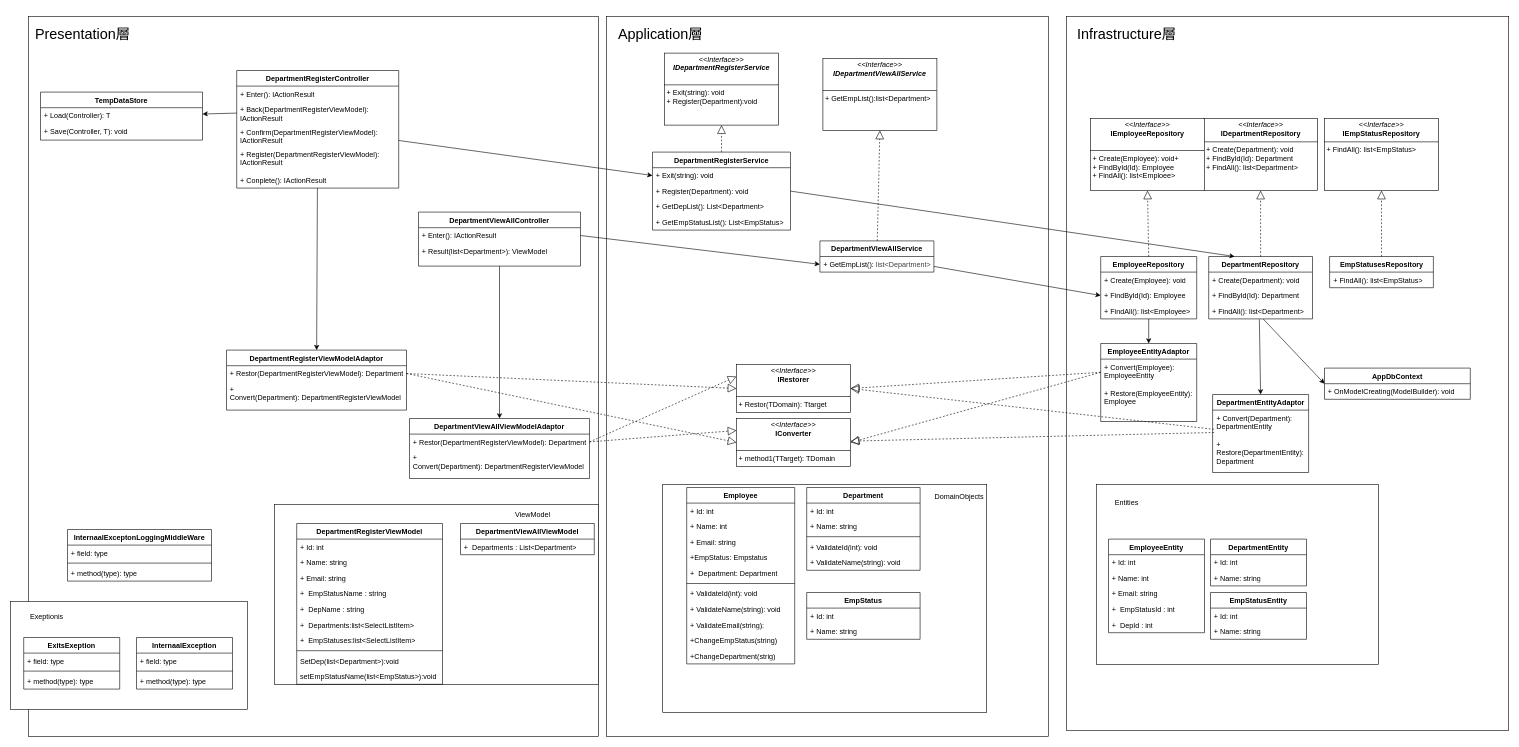
Before: page "Department" (2 of 2) of docs/02_design/Class_figure.dio in Keiichiro-Murayama/csharp_training_202605, a draw.io diagram. Source tidied: cells renumbered, new cells numbered last; positions are measured from the earlier drawing's top-left corner, leaving out a move shared by most shapes. Both pictures are drawn from the tidied source at 60%, with x=0, y=0 at pixel (10, 16).
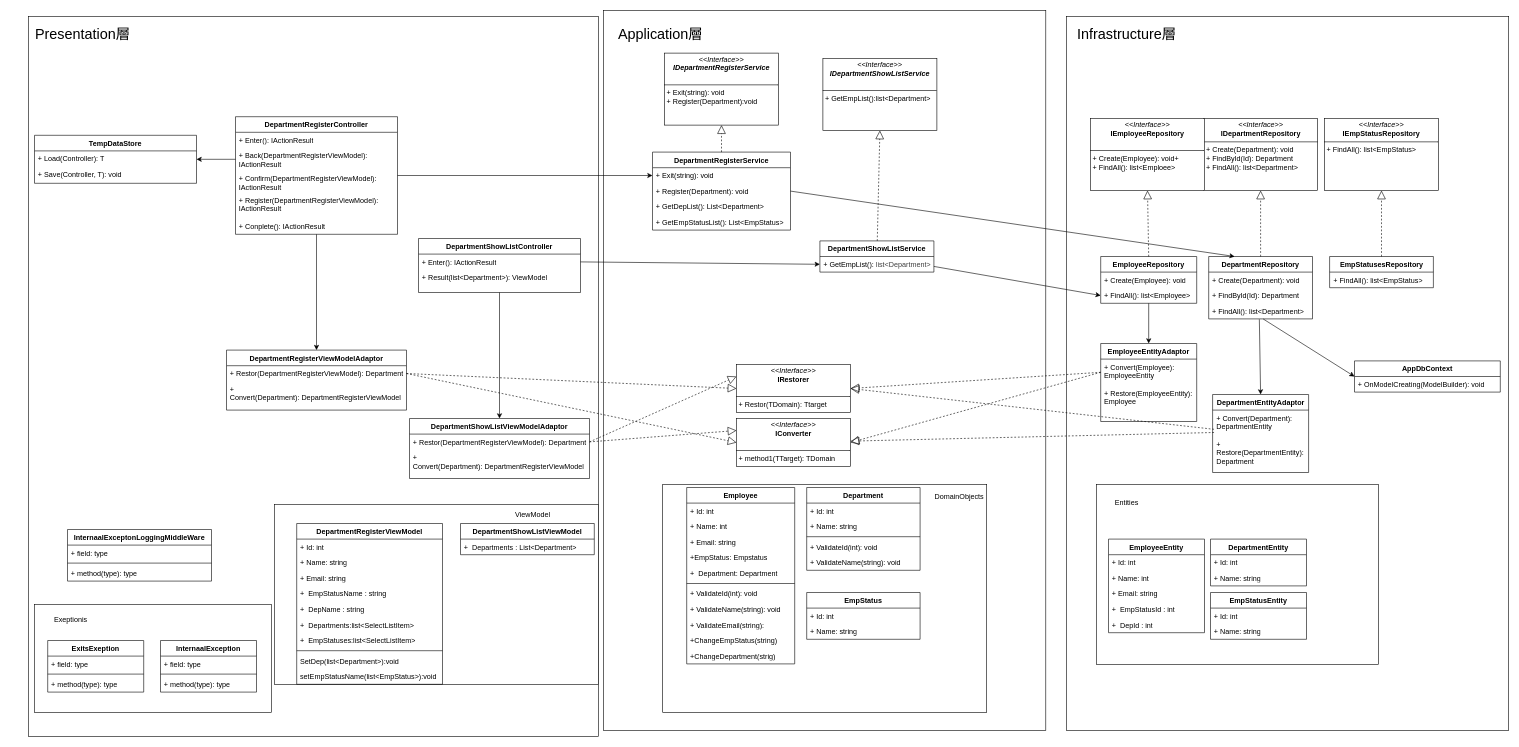
The same page after the edit.

The edit, as a diff of the source:
```diff
@@
     <mxCell id="3" style="whiteSpace=wrap;html=1;" parent="1" vertex="1">
-      <mxGeometry x="993" width="737" height="1200" as="geometry" />
+      <mxGeometry x="988.5" y="-10" width="737" height="1200" as="geometry" />
     </mxCell>
@@
     <mxCell id="10" style="whiteSpace=wrap;html=1;" parent="1" vertex="1">
-      <mxGeometry y="975" width="395" height="180" as="geometry" />
+      <mxGeometry x="40" y="980" width="395" height="180" as="geometry" />
     </mxCell>
     <mxCell id="11" value="Exeptionis" style="text;html=1;align=center;verticalAlign=middle;strokeColor=none;fillColor=none;" parent="1" vertex="1">
-      <mxGeometry x="20" y="985" width="80" height="30" as="geometry" />
+      <mxGeometry x="60" y="990" width="80" height="30" as="geometry" />
     </mxCell>
@@
     <mxCell id="51" value="EmployeeRepository" style="swimlane;fontStyle=1;align=center;verticalAlign=top;horizontal=1;startSize=26;whiteSpace=wrap;html=1;" parent="1" vertex="1">
-      <mxGeometry x="1817" y="400" width="160" height="104" as="geometry" />
+      <mxGeometry x="1817" y="400" width="160" height="78" as="geometry" />
     </mxCell>
@@
-    <mxCell id="53" value="+ FindById(Id): Employee" style="text;strokeColor=none;fillColor=none;align=left;verticalAlign=top;spacingLeft=4;spacingRight=4;overflow=hidden;points=[[0,0.5],[1,0.5]];portConstraint=eastwest;whiteSpace=wrap;html=1;" parent="51" vertex="1">
-      <mxGeometry y="52" width="160" height="26" as="geometry" />
-    </mxCell>
     <mxCell id="54" value="+ FindAll(): list&amp;lt;Employee&amp;gt;" style="text;strokeColor=none;fillColor=none;align=left;verticalAlign=top;spacingLeft=4;spacingRight=4;overflow=hidden;whiteSpace=wrap;html=1;" parent="51" vertex="1">
-      <mxGeometry y="78" width="160" height="26" as="geometry" />
+      <mxGeometry y="52" width="160" height="26" as="geometry" />
     </mxCell>
@@
     <mxCell id="59" value="AppDbContext" style="swimlane;fontStyle=1;align=center;verticalAlign=top;horizontal=1;startSize=26;whiteSpace=wrap;html=1;" parent="1" vertex="1">
-      <mxGeometry x="2190" y="586" width="243" height="52" as="geometry" />
+      <mxGeometry x="2240" y="574" width="243" height="52" as="geometry" />
     </mxCell>
@@
     <mxCell id="65" value="DepartmentRegisterController" style="swimlane;fontStyle=1;align=center;verticalAlign=top;horizontal=1;startSize=26;whiteSpace=wrap;html=1;" parent="1" vertex="1">
-      <mxGeometry x="377" y="90" width="270" height="196" as="geometry" />
+      <mxGeometry x="375" y="167" width="270" height="196" as="geometry" />
     </mxCell>
@@
-    <mxCell id="76" value="&lt;p style=&quot;margin:0px;margin-top:4px;text-align:center;&quot;&gt;&lt;i&gt;&amp;lt;&amp;lt;Interface&amp;gt;&amp;gt;&lt;/i&gt;&lt;br&gt;&lt;b&gt;IEmployeeRepository&lt;/b&gt;&lt;/p&gt;&lt;p style=&quot;margin:0px;margin-left:4px;&quot;&gt;&lt;br&gt;&lt;/p&gt;&lt;hr size=&quot;1&quot; style=&quot;border-style:solid;&quot;&gt;&lt;p style=&quot;margin:0px;margin-left:4px;&quot;&gt;&lt;span style=&quot;color: rgb(0, 0, 0); background-color: transparent;&quot;&gt;+ Create(Employee): void&lt;/span&gt;+&amp;nbsp;&lt;/p&gt;&lt;p style=&quot;margin:0px;margin-left:4px;&quot;&gt;&lt;span style=&quot;color: rgb(0, 0, 0);&quot;&gt;+ FindById(Id):&amp;nbsp;&lt;/span&gt;&lt;span style=&quot;color: rgb(0, 0, 0); background-color: transparent;&quot;&gt;Employee&lt;/span&gt;&lt;/p&gt;&lt;p style=&quot;margin:0px;margin-left:4px;&quot;&gt;&lt;span style=&quot;color: rgb(0, 0, 0);&quot;&gt;&lt;span style=&quot;color: rgb(0, 0, 0);&quot;&gt;+ FindAll(): list&amp;lt;Emploee&amp;gt;&lt;/span&gt;&lt;/span&gt;&lt;/p&gt;" style="verticalAlign=top;align=left;overflow=fill;html=1;whiteSpace=wrap;" parent="1" vertex="1">
+    <mxCell id="76" value="&lt;p style=&quot;margin:0px;margin-top:4px;text-align:center;&quot;&gt;&lt;i&gt;&amp;lt;&amp;lt;Interface&amp;gt;&amp;gt;&lt;/i&gt;&lt;br&gt;&lt;b&gt;IEmployeeRepository&lt;/b&gt;&lt;/p&gt;&lt;p style=&quot;margin:0px;margin-left:4px;&quot;&gt;&lt;br&gt;&lt;/p&gt;&lt;hr size=&quot;1&quot; style=&quot;border-style:solid;&quot;&gt;&lt;p style=&quot;margin:0px;margin-left:4px;&quot;&gt;&lt;span style=&quot;color: rgb(0, 0, 0); background-color: transparent;&quot;&gt;+ Create(Employee): void&lt;/span&gt;+&amp;nbsp;&lt;/p&gt;&lt;p style=&quot;margin:0px;margin-left:4px;&quot;&gt;&lt;span style=&quot;background-color: transparent;&quot;&gt;+ FindAll(): list&amp;lt;Emploee&amp;gt;&lt;/span&gt;&lt;/p&gt;" style="verticalAlign=top;align=left;overflow=fill;html=1;whiteSpace=wrap;" parent="1" vertex="1">
       <mxGeometry x="1800" y="170" width="190" height="120" as="geometry" />
     </mxCell>
     <mxCell id="77" value="ExitsExeption" style="swimlane;fontStyle=1;align=center;verticalAlign=top;horizontal=1;startSize=26;whiteSpace=wrap;html=1;" parent="1" vertex="1">
-      <mxGeometry x="22" y="1035" width="160" height="86" as="geometry" />
+      <mxGeometry x="62" y="1040" width="160" height="86" as="geometry" />
     </mxCell>
@@
     <mxCell id="81" value="InternaalException" style="swimlane;fontStyle=1;align=center;verticalAlign=top;horizontal=1;startSize=26;whiteSpace=wrap;html=1;" parent="1" vertex="1">
-      <mxGeometry x="210" y="1035" width="160" height="86" as="geometry" />
+      <mxGeometry x="250" y="1040" width="160" height="86" as="geometry" />
     </mxCell>
@@
-    <mxCell id="97" value="DepartmentViewAllController" style="swimlane;fontStyle=1;align=center;verticalAlign=top;horizontal=1;startSize=26;whiteSpace=wrap;html=1;" parent="1" vertex="1">
-      <mxGeometry x="680" y="326" width="270" height="90" as="geometry" />
+    <mxCell id="97" value="DepartmentShowListController" style="swimlane;fontStyle=1;align=center;verticalAlign=top;horizontal=1;startSize=26;whiteSpace=wrap;html=1;" parent="1" vertex="1">
+      <mxGeometry x="680" y="370" width="270" height="90" as="geometry" />
     </mxCell>
@@
-    <mxCell id="100" style="edgeStyle=none;html=1;entryX=0;entryY=0.5;entryDx=0;entryDy=0;" parent="1" edge="1" source="101" target="53">
-      <mxGeometry relative="1" as="geometry" />
+    <mxCell id="100" style="edgeStyle=none;html=1;entryX=0;entryY=0.5;entryDx=0;entryDy=0;" parent="1" edge="1" source="101">
+      <mxGeometry relative="1" as="geometry">
+        <mxPoint x="1817" y="465" as="targetPoint" />
+      </mxGeometry>
     </mxCell>
-    <mxCell id="101" value="DepartmentViewAllService" style="swimlane;fontStyle=1;align=center;verticalAlign=top;horizontal=1;startSize=26;whiteSpace=wrap;html=1;" parent="1" vertex="1">
+    <mxCell id="101" value="DepartmentShowListService" style="swimlane;fontStyle=1;align=center;verticalAlign=top;horizontal=1;startSize=26;whiteSpace=wrap;html=1;" parent="1" vertex="1">
       <mxGeometry x="1349" y="374" width="190" height="52" as="geometry" />
     </mxCell>
@@
-    <mxCell id="103" value="&lt;p style=&quot;margin:0px;margin-top:4px;text-align:center;&quot;&gt;&lt;i&gt;&amp;lt;&amp;lt;Interface&amp;gt;&amp;gt;&lt;/i&gt;&lt;br&gt;&lt;span style=&quot;font-weight: 700; background-color: transparent;&quot;&gt;&lt;i&gt;I&lt;font color=&quot;#000000&quot;&gt;DepartmentViewAllService&lt;/font&gt;&lt;/i&gt;&lt;/span&gt;&lt;/p&gt;&lt;p style=&quot;margin:0px;margin-left:4px;&quot;&gt;&lt;br&gt;&lt;/p&gt;&lt;hr size=&quot;1&quot; style=&quot;border-style:solid;&quot;&gt;&lt;p style=&quot;margin:0px;margin-left:4px;&quot;&gt;+ GetEmpList():list&amp;lt;Department&amp;gt;&lt;/p&gt;" style="verticalAlign=top;align=left;overflow=fill;html=1;whiteSpace=wrap;" parent="1" vertex="1">
+    <mxCell id="103" value="&lt;p style=&quot;margin:0px;margin-top:4px;text-align:center;&quot;&gt;&lt;i&gt;&amp;lt;&amp;lt;Interface&amp;gt;&amp;gt;&lt;/i&gt;&lt;br&gt;&lt;span style=&quot;font-weight: 700; background-color: transparent;&quot;&gt;&lt;i&gt;I&lt;font color=&quot;#000000&quot;&gt;DepartmentShowListService&lt;/font&gt;&lt;/i&gt;&lt;/span&gt;&lt;/p&gt;&lt;p style=&quot;margin:0px;margin-left:4px;&quot;&gt;&lt;br&gt;&lt;/p&gt;&lt;hr size=&quot;1&quot; style=&quot;border-style:solid;&quot;&gt;&lt;p style=&quot;margin:0px;margin-left:4px;&quot;&gt;+ GetEmpList():list&amp;lt;Department&amp;gt;&lt;/p&gt;" style="verticalAlign=top;align=left;overflow=fill;html=1;whiteSpace=wrap;" parent="1" vertex="1">
       <mxGeometry x="1354" y="70" width="190" height="120" as="geometry" />
     </mxCell>
@@
-    <mxCell id="105" value="DepartmentViewAllViewModelAdaptor" style="swimlane;fontStyle=1;align=center;verticalAlign=top;horizontal=1;startSize=26;whiteSpace=wrap;html=1;" parent="1" vertex="1">
+    <mxCell id="105" value="DepartmentShowListViewModelAdaptor" style="swimlane;fontStyle=1;align=center;verticalAlign=top;horizontal=1;startSize=26;whiteSpace=wrap;html=1;" parent="1" vertex="1">
       <mxGeometry x="665" y="670" width="300" height="100" as="geometry" />
     </mxCell>
@@
     <mxCell id="117" value="TempDataStore" style="swimlane;fontStyle=1;align=center;verticalAlign=top;horizontal=1;startSize=26;whiteSpace=wrap;html=1;" parent="1" vertex="1">
-      <mxGeometry x="50" y="126" width="270" height="80" as="geometry" />
+      <mxGeometry x="40" y="198" width="270" height="80" as="geometry" />
     </mxCell>
@@
-    <mxCell id="145" value="DepartmentViewAllViewModel" style="swimlane;fontStyle=1;align=center;verticalAlign=top;horizontal=1;startSize=26;whiteSpace=wrap;html=1;" parent="1" vertex="1">
+    <mxCell id="145" value="DepartmentShowListViewModel" style="swimlane;fontStyle=1;align=center;verticalAlign=top;horizontal=1;startSize=26;whiteSpace=wrap;html=1;" parent="1" vertex="1">
       <mxGeometry x="750" y="845" width="223" height="52" as="geometry" />
     </mxCell>
```
